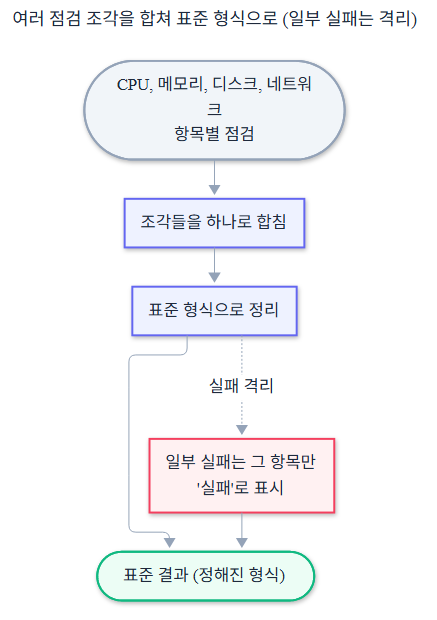
Above: SK하이닉스 인프라 자동화 플랫폼 개발/diagrams/part3/42-fragment-normalize.png in hshwang1994/portfolio (Mermaid), before the change. Its source is kept beside it as SK하이닉스 인프라 자동화 플랫폼 개발/diagrams/part3/42-fragment-normalize.mmd.
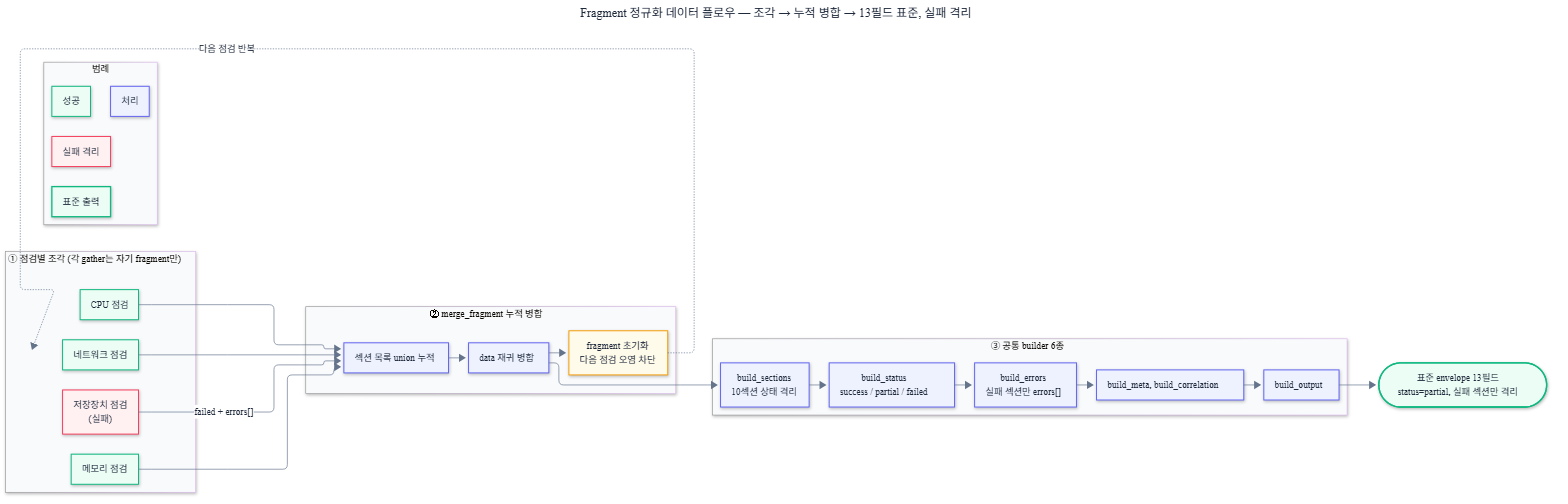
The same diagram one commit later.

Diff of the diagram source:
```diff
@@ -1,33 +1,65 @@
 ---
-title: 여러 점검 조각을 합쳐 표준 형식으로 (일부 실패는 격리)
+title: Fragment 정규화 데이터 플로우 — 조각 → 누적 병합 → 13필드 표준, 실패 격리
 config:
   layout: elk
   look: neo
   theme: base
   themeVariables:
-    fontFamily: 'Malgun Gothic, Pretendard, Noto Sans KR, sans-serif'
-    fontSize: '17px'
-    primaryColor: '#EEF2FF'
+    fontFamily: 'Pretendard, Malgun Gothic, Noto Sans KR, sans-serif'
+    fontSize: '14px'
     primaryTextColor: '#1E293B'
-    primaryBorderColor: '#6366F1'
-    lineColor: '#94A3B8'
-    tertiaryColor: '#F8FAFC'
+    lineColor: '#64748B'
     edgeLabelBackground: '#FFFFFF'
+    clusterBkg: '#F8FAFC'
+    clusterBorder: '#CBD5E1'
 ---
-flowchart TD
-    G(["CPU, 메모리, 디스크, 네트워크<br/>항목별 점검"]):::start
-    MERGE["조각들을 하나로 합침"]:::act
-    BUILD["표준 형식으로 정리"]:::act
-    ENV(["표준 결과 (정해진 형식)"]):::ok
-    FAILB["일부 실패는 그 항목만<br/>'실패'로 표시"]:::stop
+flowchart LR
+  subgraph GATHER["① 점검별 조각 (각 gather는 자기 fragment만)"]
+    direction TB
+    CPU["CPU 점검"]:::ok
+    MEM["메모리 점검"]:::ok
+    STO["저장장치 점검<br/>(실패)"]:::fail
+    NET["네트워크 점검"]:::ok
+  end
 
-    G --> MERGE --> BUILD --> ENV
-    BUILD -.->|"실패 격리"| FAILB
-    FAILB --> ENV
+  subgraph MERGE["② merge_fragment 누적 병합"]
+    direction TB
+    UNION["섹션 목록 union 누적"]:::proc
+    DEEP["data 재귀 병합"]:::proc
+    RESET["fragment 초기화<br/>다음 점검 오염 차단"]:::warn
+    UNION --> DEEP --> RESET
+  end
 
-    classDef start fill:#F1F5F9,stroke:#94A3B8,color:#1E293B,stroke-width:2px
-    classDef act   fill:#EEF2FF,stroke:#6366F1,color:#1E293B,stroke-width:2px
-    classDef ok    fill:#ECFDF5,stroke:#10B981,color:#1E293B,stroke-width:2px
-    classDef gate  fill:#FFFBEB,stroke:#F59E0B,color:#1E293B,stroke-width:2px
-    classDef stop  fill:#FFF1F2,stroke:#F43F5E,color:#1E293B,stroke-width:2px
-    classDef ext   fill:#F0F9FF,stroke:#0EA5E9,color:#1E293B,stroke-width:2px
+  subgraph BUILD["③ 공통 builder 6종"]
+    direction TB
+    SEC["build_sections<br/>10섹션 상태 격리"]:::proc
+    ST["build_status<br/>success / partial / failed"]:::proc
+    ERR["build_errors<br/>실패 섹션만 errors[]"]:::proc
+    META["build_meta, build_correlation"]:::proc
+    OUT["build_output"]:::proc
+    SEC --> ST --> ERR --> META --> OUT
+  end
+
+  ENV(["표준 envelope 13필드<br/>status=partial, 실패 섹션만 격리"]):::env
+
+  CPU --> UNION
+  MEM --> UNION
+  NET --> UNION
+  STO -->|"failed + errors[]"| UNION
+  RESET -.->|"다음 점검 반복"| GATHER
+  DEEP --> SEC
+  OUT --> ENV
+
+  subgraph LEGEND["범례"]
+    direction LR
+    L1["성공"]:::ok
+    L2["처리"]:::proc
+    L3["실패 격리"]:::fail
+    L4["표준 출력"]:::env
+  end
+
+  classDef ok fill:#ECFDF5,stroke:#10B981,color:#1E293B,stroke-width:1.5px
+  classDef fail fill:#FFF1F2,stroke:#F43F5E,color:#1E293B,stroke-width:1.5px
+  classDef proc fill:#EEF2FF,stroke:#6366F1,color:#1E293B,stroke-width:1.5px
+  classDef warn fill:#FFFBEB,stroke:#F59E0B,color:#1E293B,stroke-width:1.5px
+  classDef env fill:#ECFDF5,stroke:#10B981,color:#1E293B,stroke-width:2px
```
